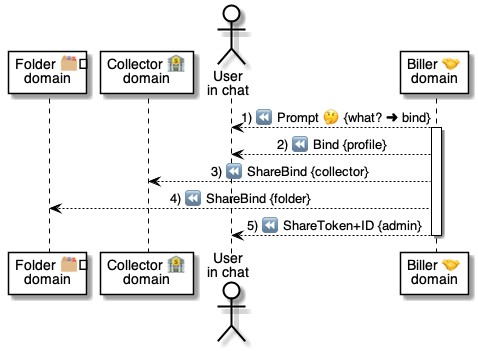
Above: 5 ⏩ Flows/07 🤝⏩ Billers/.📎 Assets/⚙️ Bind Biller.png in pollyweb-org/pollyweb-docs (PlantUML), before the change. Its source is kept beside it as 5 ⏩ Flows/07 🤝⏩ Billers/.📎 Assets/⚙️ Bind Biller.puml.
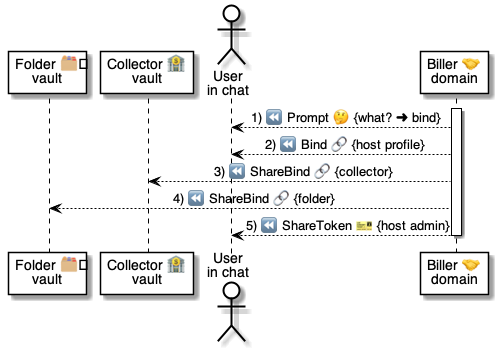
After the commit.

Diff of the diagram source:
```diff
@@ -1,17 +1,17 @@
 @startuml Bind Biller
 
-participant "Folder 🗂️\ndomain" as folder
-participant "Collector 🏦\ndomain" as collector
+participant "Folder 🗂️\nvault" as folder
+participant "Collector 🏦\nvault" as collector
 actor "User\nin chat" as user
 participant "Biller 🤝\ndomain" as biller
 
-biller --> user: 1) ⏪ Prompt 🤔 {what? ➜ bind}
 
 activate biller
-    biller --> user: 2) ⏪ Bind {profile}
-    biller --> collector: 3) ⏪ ShareBind {collector}
-    biller --> folder: 4) ⏪ ShareBind {folder}
-    biller --> user: 5) ⏪ ShareToken+ID {admin}
+    biller --> user: 1) ⏪ Prompt 🤔 {what? ➜ bind}
+    biller --> user: 2) ⏪ Bind 🔗 {host profile}
+    biller --> collector: 3) ⏪ ShareBind 🔗 {collector}
+    biller --> folder: 4) ⏪ ShareBind 🔗 {folder}
+    biller --> user: 5) ⏪ ShareToken 🎫 {host admin}
 deactivate biller
 
 @enduml
```
